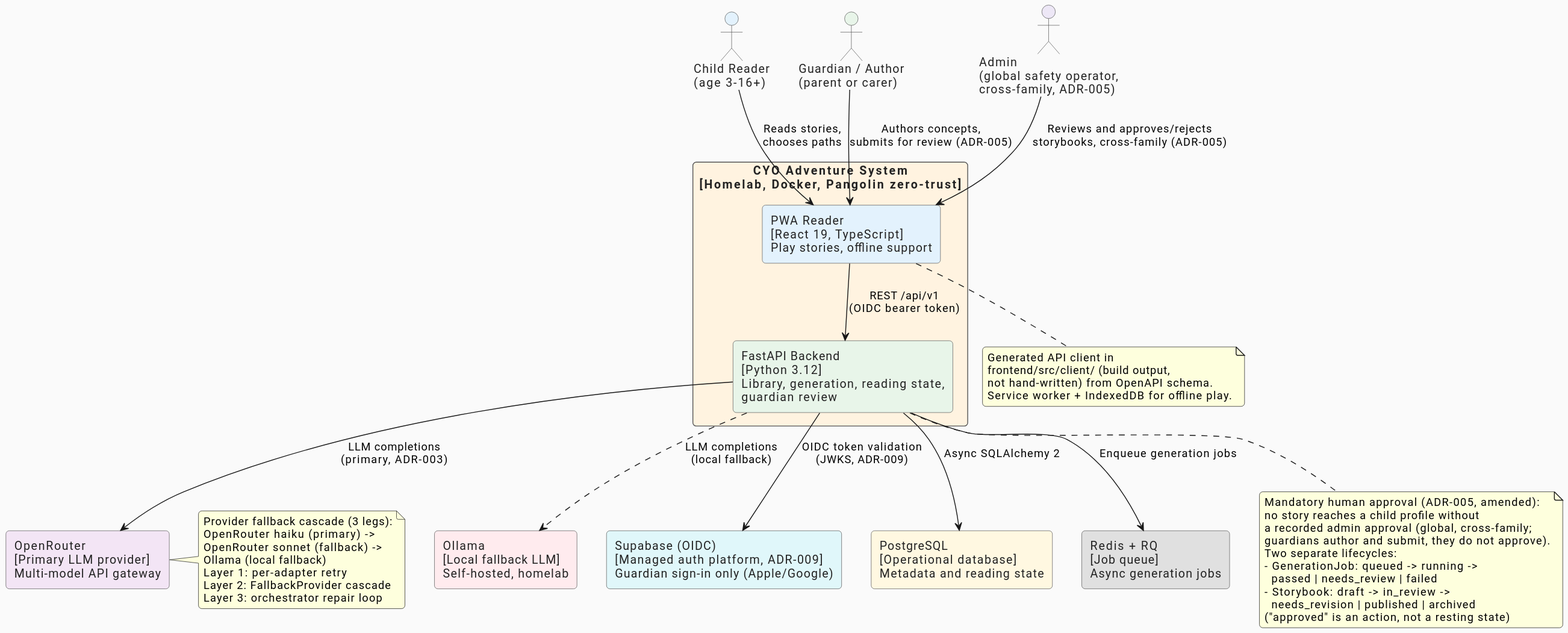
Above: docs/architecture/diagrams/c4-context.svg in ByronWilliamsCPA/cyo-adventure (PlantUML), before the change.
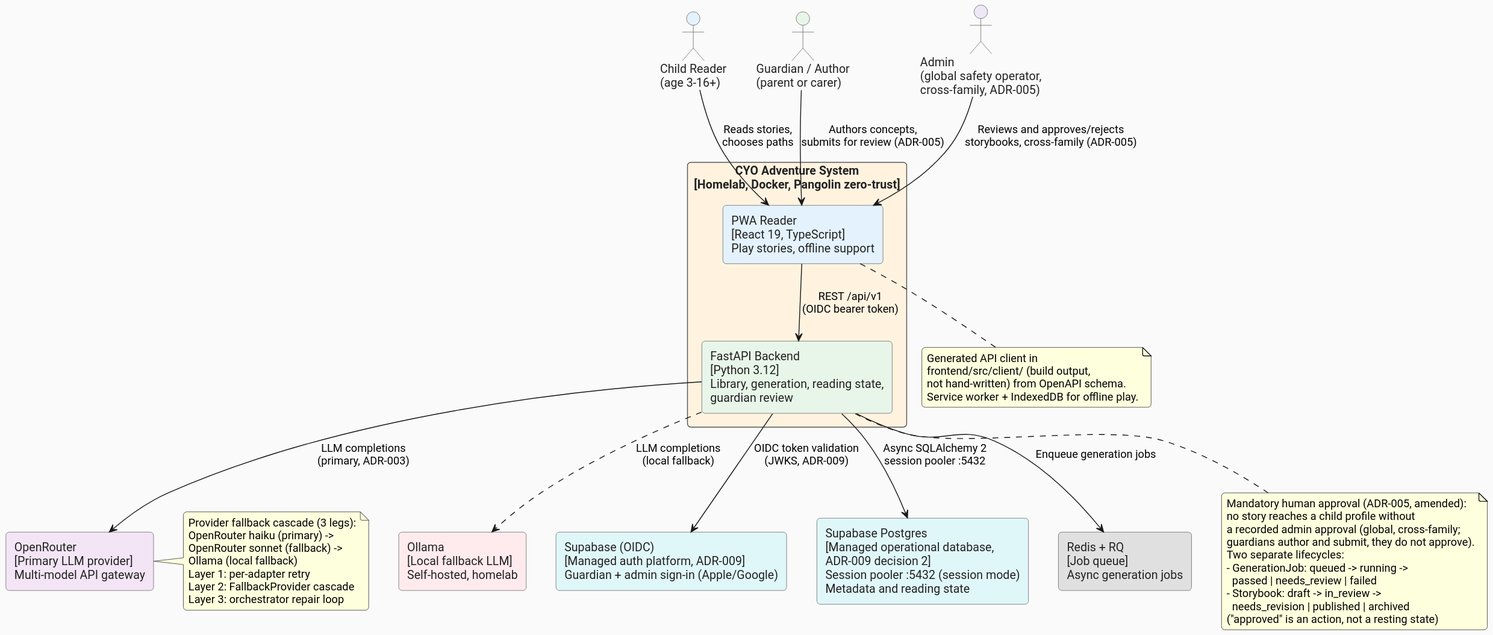
The same file after the commit.

Commit message:
docs(architecture): reflect Supabase Postgres cutover (ADR-009 Task 1.7)

What changed in the source:
```diff
@@ -27,8 +27,8 @@
 
 rectangle "OpenRouter\n[Primary LLM provider]\nMulti-model API gateway" as openrouter #F3E5F5
 rectangle "Ollama\n[Local fallback LLM]\nSelf-hosted, homelab" as ollama #FFEBEE
-rectangle "Supabase (OIDC)\n[Managed auth platform, ADR-009]\nGuardian sign-in only (Apple/Google)" as supabase_auth #E0F7FA
-rectangle "PostgreSQL\n[Operational database]\nMetadata and reading state" as postgres #FFF8E1
+rectangle "Supabase (OIDC)\n[Managed auth platform, ADR-009]\nGuardian + admin sign-in (Apple/Google)" as supabase_auth #E0F7FA
+rectangle "Supabase Postgres\n[Managed operational database,\nADR-009 decision 2]\nSession pooler :5432 (session mode)\nMetadata and reading state" as postgres #E0F7FA
 rectangle "Redis + RQ\n[Job queue]\nAsync generation jobs" as redis #E0E0E0
 
 child --> pwa : "Reads stories,\nchooses paths"
@@ -38,7 +38,7 @@
 backend --> openrouter : "LLM completions\n(primary, ADR-003)"
 backend ..> ollama : "LLM completions\n(local fallback)"
 backend --> supabase_auth : "OIDC token validation\n(JWKS, ADR-009)"
-backend --> postgres : "Async SQLAlchemy 2"
+backend --> postgres : "Async SQLAlchemy 2\nsession pooler :5432"
 backend --> redis : "Enqueue generation jobs"
 
 note bottom of pwa
```
